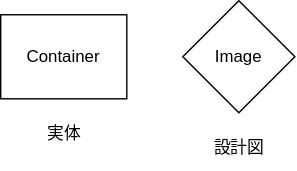
The draw.io diagram src/content/posts/docker_tutorial/concept.drawio.svg in r4ai/r4ai.dev, before a commit. Source tidied: cells renumbered, new cells last; positions are measured from the earlier drawing's top-left corner, leaving out a move shared by most shapes. The source it was exported from:
```xml
<mxGraphModel math="1">
  <root>
    <mxCell id="0" />
    <mxCell id="1" parent="0" />
    <mxCell id="2" value="Container" style="whiteSpace=wrap;html=1;" parent="1" vertex="1">
      <mxGeometry y="10" width="90" height="60" as="geometry" />
    </mxCell>
    <mxCell id="3" value="Image" style="rhombus;whiteSpace=wrap;html=1;" parent="1" vertex="1">
      <mxGeometry x="130" width="80" height="80" as="geometry" />
    </mxCell>
    <mxCell id="4" value="実体" style="text;html=1;align=center;verticalAlign=middle;strokeColor=none;fillColor=none;" parent="1" vertex="1">
      <mxGeometry x="20" y="80" width="50" height="30" as="geometry" />
    </mxCell>
    <mxCell id="5" value="設計図" style="text;html=1;align=center;verticalAlign=middle;strokeColor=none;fillColor=none;" parent="1" vertex="1">
      <mxGeometry x="140" y="90" width="60" height="30" as="geometry" />
    </mxCell>
  </root>
</mxGraphModel>
```
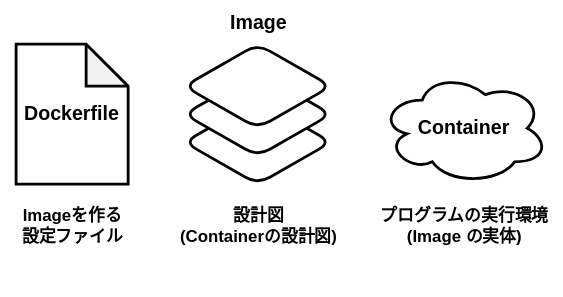
After the change.

The edit, as a diff of the source:
```diff
@@ -2,17 +2,38 @@
   <root>
     <mxCell id="0" />
     <mxCell id="1" parent="0" />
-    <mxCell id="2" value="Container" style="whiteSpace=wrap;html=1;" parent="1" vertex="1">
-      <mxGeometry y="10" width="90" height="60" as="geometry" />
-    </mxCell>
-    <mxCell id="3" value="Image" style="rhombus;whiteSpace=wrap;html=1;" parent="1" vertex="1">
-      <mxGeometry x="130" width="80" height="80" as="geometry" />
-    </mxCell>
-    <mxCell id="4" value="実体" style="text;html=1;align=center;verticalAlign=middle;strokeColor=none;fillColor=none;" parent="1" vertex="1">
-      <mxGeometry x="20" y="80" width="50" height="30" as="geometry" />
+    <mxCell id="4" value="プログラムの実行環境&lt;br&gt;(Image の実体)" style="text;html=1;align=center;verticalAlign=middle;fillColor=none;fillStyle=auto;strokeColor=none;fontColor=default;strokeWidth=2;fontStyle=1;" parent="1" vertex="1">
+      <mxGeometry x="200" y="50" width="140" height="40" as="geometry" />
     </mxCell>
-    <mxCell id="5" value="設計図" style="text;html=1;align=center;verticalAlign=middle;strokeColor=none;fillColor=none;" parent="1" vertex="1">
-      <mxGeometry x="140" y="90" width="60" height="30" as="geometry" />
+    <mxCell id="5" value="設計図&lt;br&gt;(Containerの設計図)" style="text;html=1;align=center;verticalAlign=middle;strokeColor=none;fillColor=none;strokeWidth=2;fontStyle=1;" parent="1" vertex="1">
+      <mxGeometry x="52.5" y="50" width="140" height="40" as="geometry" />
     </mxCell>
+    <mxCell id="6" value="Imageを作る&lt;br&gt;設定ファイル" style="text;html=1;align=center;verticalAlign=middle;strokeColor=none;fillColor=none;strokeWidth=2;fontStyle=1;" parent="1" vertex="1">
+      <mxGeometry x="-60" y="50" width="100" height="40" as="geometry" />
+    </mxCell>
+    <mxCell id="7" value="&lt;b&gt;&lt;font style=&quot;font-size: 14px;&quot;&gt;Dockerfile&lt;/font&gt;&lt;/b&gt;" style="shape=note;whiteSpace=wrap;html=1;backgroundOutline=1;darkOpacity=0.05;rounded=1;sketch=0;fontColor=default;strokeWidth=2;" parent="1" vertex="1">
+      <mxGeometry x="-50" y="-60" width="80" height="100" as="geometry" />
+    </mxCell>
+    <mxCell id="2" value="&lt;b&gt;&lt;font style=&quot;font-size: 14px;&quot;&gt;Container&lt;/font&gt;&lt;/b&gt;" style="ellipse;shape=cloud;whiteSpace=wrap;html=1;rounded=1;sketch=0;fontColor=default;strokeWidth=2;" parent="1" vertex="1">
+      <mxGeometry x="210" y="-40" width="120" height="80" as="geometry" />
+    </mxCell>
+    <mxCell id="8" style="group;strokeWidth=2;" parent="1" vertex="1">
+      <mxGeometry x="70" y="-60" width="105" height="100" as="geometry" />
+    </mxCell>
+    <mxCell id="9" style="rhombus;whiteSpace=wrap;html=1;rounded=1;strokeWidth=2;" parent="8" vertex="1">
+      <mxGeometry y="40" width="105" height="60" as="geometry" />
+    </mxCell>
+    <mxCell id="10" style="rhombus;whiteSpace=wrap;html=1;rounded=1;strokeWidth=2;" parent="8" vertex="1">
+      <mxGeometry y="20" width="105" height="60" as="geometry" />
+    </mxCell>
+    <mxCell id="11" style="rhombus;whiteSpace=wrap;html=1;rounded=1;strokeWidth=2;" parent="8" vertex="1">
+      <mxGeometry width="105" height="60" as="geometry" />
+    </mxCell>
+    <mxCell id="3" value="&lt;b style=&quot;font-size: 14px;&quot;&gt;Image&lt;/b&gt;" style="text;html=1;align=center;verticalAlign=middle;strokeColor=none;fillColor=none;fontSize=14;strokeWidth=2;" parent="1" vertex="1">
+      <mxGeometry x="92.5" y="-90" width="60" height="30" as="geometry" />
+    </mxCell>
+    <mxCell id="12" value="&amp;nbsp;" style="text;html=1;align=center;verticalAlign=middle;strokeColor=none;fillColor=none;fontSize=14;fontColor=default;strokeWidth=2;" parent="1" vertex="1">
+      <mxGeometry x="107.5" y="90" width="30" height="30" as="geometry" />
+    </mxCell>
   </root>
 </mxGraphModel>
```
